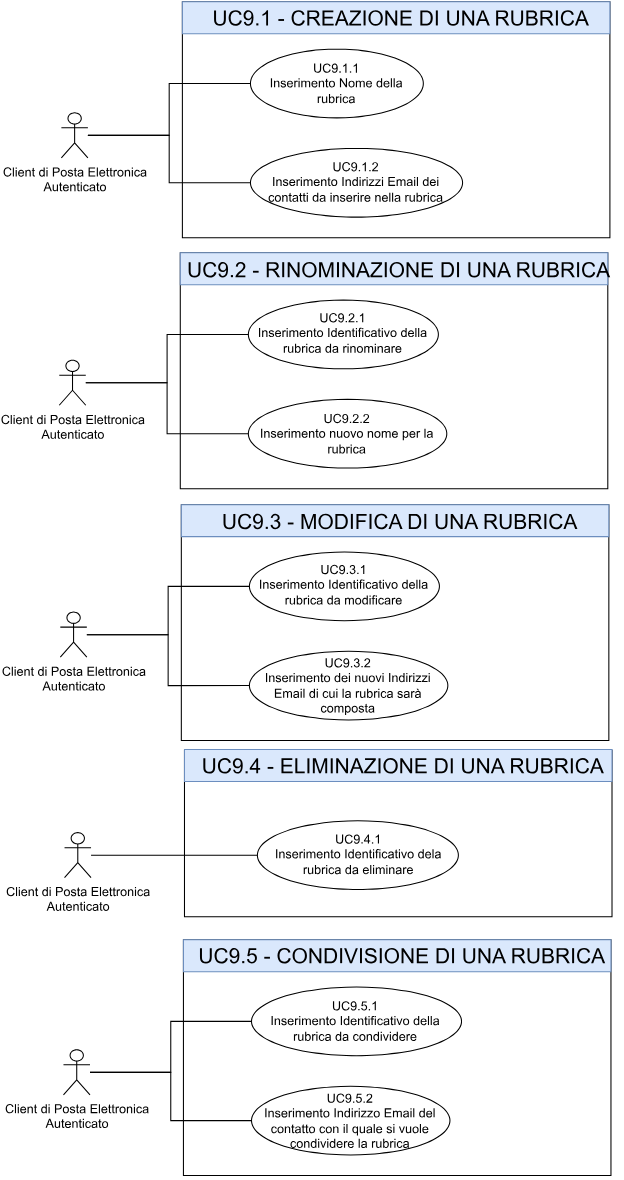
overture-unipd/docs keeps this draw.io diagram as imgs/use_cases/rubriche-2.svg. Above is the earlier version. Source tidied: cells renumbered, new cells last; positions are measured from the earlier drawing's top-left corner, leaving out a move shared by most shapes.
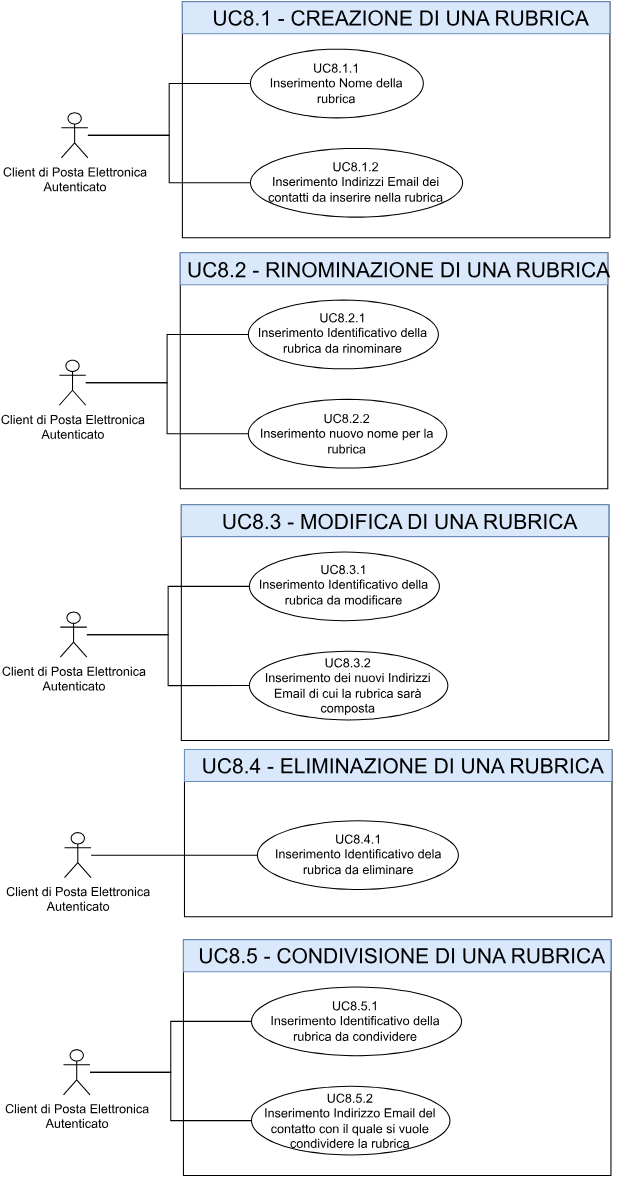
After the change.

The edit, as a diff of the source:
```diff
@@ -11,7 +11,7 @@
     <mxCell id="4" style="ellipse;whiteSpace=wrap;html=1;" parent="2" vertex="1">
       <mxGeometry x="182.3" y="45.1" width="164.8" height="65.5" as="geometry" />
     </mxCell>
-    <mxCell id="5" value="UC9.1.1&lt;br&gt;Inserimento Nome della rubrica" style="text;html=1;strokeColor=none;fillColor=none;align=center;verticalAlign=middle;whiteSpace=wrap;rounded=0;" parent="2" vertex="1">
+    <mxCell id="5" value="UC8.1.1&lt;br&gt;Inserimento Nome della rubrica" style="text;html=1;strokeColor=none;fillColor=none;align=center;verticalAlign=middle;whiteSpace=wrap;rounded=0;" parent="2" vertex="1">
       <mxGeometry x="182.3" y="59.7" width="164.8" height="36.4" as="geometry" />
     </mxCell>
     <mxCell id="6" style="group;" parent="2" vertex="1">
@@ -20,7 +20,7 @@
     <mxCell id="7" style="ellipse;whiteSpace=wrap;html=1;" parent="6" vertex="1">
       <mxGeometry width="202.2" height="65.5" as="geometry" />
     </mxCell>
-    <mxCell id="8" value="UC9.1.2&lt;br&gt;Inserimento Indirizzi Email dei contatti da inserire nella rubrica" style="text;html=1;strokeColor=none;fillColor=none;align=center;verticalAlign=middle;whiteSpace=wrap;rounded=0;" parent="6" vertex="1">
+    <mxCell id="8" value="UC8.1.2&lt;br&gt;Inserimento Indirizzi Email dei contatti da inserire nella rubrica" style="text;html=1;strokeColor=none;fillColor=none;align=center;verticalAlign=middle;whiteSpace=wrap;rounded=0;" parent="6" vertex="1">
       <mxGeometry y="14.6" width="202.2" height="36.4" as="geometry" />
     </mxCell>
     <mxCell id="9" style="group;" parent="2" vertex="1">
@@ -35,7 +35,7 @@
     <mxCell id="12" style="rounded=0;whiteSpace=wrap;html=1;fillColor=#dae8fc;strokeColor=#6c8ebf;" parent="2" vertex="1">
       <mxGeometry x="117.4" width="407.6" height="30.5" as="geometry" />
     </mxCell>
-    <mxCell id="13" value="&lt;font style=&quot;font-size: 20px;&quot;&gt;UC9.1 - CREAZIONE DI UNA RUBRICA&lt;/font&gt;" style="text;html=1;strokeColor=none;fillColor=none;align=center;verticalAlign=middle;whiteSpace=wrap;rounded=0;" parent="2" vertex="1">
+    <mxCell id="13" value="&lt;font style=&quot;font-size: 20px;&quot;&gt;UC8.1 - CREAZIONE DI UNA RUBRICA&lt;/font&gt;" style="text;html=1;strokeColor=none;fillColor=none;align=center;verticalAlign=middle;whiteSpace=wrap;rounded=0;" parent="2" vertex="1">
       <mxGeometry x="117.4" y="7.6" width="417.6" height="15.2" as="geometry" />
     </mxCell>
     <mxCell id="14" style="rounded=0;whiteSpace=wrap;html=1;" parent="2" vertex="1">
@@ -44,7 +44,7 @@
     <mxCell id="15" style="ellipse;whiteSpace=wrap;html=1;" parent="2" vertex="1">
       <mxGeometry x="181.3" y="524.5" width="181.2" height="65.5" as="geometry" />
     </mxCell>
-    <mxCell id="16" value="UC9.3.1&lt;br&gt;Inserimento Identificativo della rubrica da modificare" style="text;html=1;strokeColor=none;fillColor=none;align=center;verticalAlign=middle;whiteSpace=wrap;rounded=0;" parent="2" vertex="1">
+    <mxCell id="16" value="UC8.3.1&lt;br&gt;Inserimento Identificativo della rubrica da modificare" style="text;html=1;strokeColor=none;fillColor=none;align=center;verticalAlign=middle;whiteSpace=wrap;rounded=0;" parent="2" vertex="1">
       <mxGeometry x="188.9" y="538.2" width="164.8" height="36.4" as="geometry" />
     </mxCell>
     <mxCell id="17" style="group;" parent="2" vertex="1">
@@ -53,7 +53,7 @@
     <mxCell id="18" style="ellipse;whiteSpace=wrap;html=1;" parent="17" vertex="1">
       <mxGeometry width="189.2" height="65.5" as="geometry" />
     </mxCell>
-    <mxCell id="19" value="UC9.3.2&lt;br&gt;Inserimento dei nuovi Indirizzi Email di cui la rubrica sarà composta" style="text;html=1;strokeColor=none;fillColor=none;align=center;verticalAlign=middle;whiteSpace=wrap;rounded=0;" parent="17" vertex="1">
+    <mxCell id="19" value="UC8.3.2&lt;br&gt;Inserimento dei nuovi Indirizzi Email di cui la rubrica sarà composta" style="text;html=1;strokeColor=none;fillColor=none;align=center;verticalAlign=middle;whiteSpace=wrap;rounded=0;" parent="17" vertex="1">
       <mxGeometry y="14.6" width="189.2" height="36.4" as="geometry" />
     </mxCell>
     <mxCell id="20" style="group;" parent="2" vertex="1">
@@ -68,7 +68,7 @@
     <mxCell id="23" style="rounded=0;whiteSpace=wrap;html=1;fillColor=#dae8fc;strokeColor=#6c8ebf;" parent="2" vertex="1">
       <mxGeometry x="116.4" y="479.4" width="407.6" height="30.5" as="geometry" />
     </mxCell>
-    <mxCell id="24" value="&lt;font style=&quot;font-size: 20px;&quot;&gt;UC9.3 - MODIFICA DI UNA RUBRICA&lt;/font&gt;" style="text;html=1;strokeColor=none;fillColor=none;align=center;verticalAlign=middle;whiteSpace=wrap;rounded=0;" parent="2" vertex="1">
+    <mxCell id="24" value="&lt;font style=&quot;font-size: 20px;&quot;&gt;UC8.3 - MODIFICA DI UNA RUBRICA&lt;/font&gt;" style="text;html=1;strokeColor=none;fillColor=none;align=center;verticalAlign=middle;whiteSpace=wrap;rounded=0;" parent="2" vertex="1">
       <mxGeometry x="116.4" y="487" width="417.6" height="15.2" as="geometry" />
     </mxCell>
     <mxCell id="25" style="rounded=0;whiteSpace=wrap;html=1;" parent="2" vertex="1">
@@ -77,13 +77,13 @@
     <mxCell id="26" style="ellipse;whiteSpace=wrap;html=1;" parent="2" vertex="1">
       <mxGeometry x="188.9" y="780.8" width="191.6" height="65.5" as="geometry" />
     </mxCell>
-    <mxCell id="27" value="UC9.4.1&lt;br&gt;Inserimento Identificativo dela rubrica da eliminare" style="text;html=1;strokeColor=none;fillColor=none;align=center;verticalAlign=middle;whiteSpace=wrap;rounded=0;" parent="2" vertex="1">
+    <mxCell id="27" value="UC8.4.1&lt;br&gt;Inserimento Identificativo dela rubrica da eliminare" style="text;html=1;strokeColor=none;fillColor=none;align=center;verticalAlign=middle;whiteSpace=wrap;rounded=0;" parent="2" vertex="1">
       <mxGeometry x="202.9" y="794.5" width="164.8" height="36.4" as="geometry" />
     </mxCell>
     <mxCell id="28" style="rounded=0;whiteSpace=wrap;html=1;fillColor=#dae8fc;strokeColor=#6c8ebf;" parent="2" vertex="1">
       <mxGeometry x="119.4" y="712.8" width="407.6" height="30.5" as="geometry" />
     </mxCell>
-    <mxCell id="29" value="&lt;font style=&quot;font-size: 20px;&quot;&gt;UC9.4 - ELIMINAZIONE DI UNA RUBRICA&lt;/font&gt;" style="text;html=1;strokeColor=none;fillColor=none;align=center;verticalAlign=middle;whiteSpace=wrap;rounded=0;" parent="2" vertex="1">
+    <mxCell id="29" value="&lt;font style=&quot;font-size: 20px;&quot;&gt;UC8.4 - ELIMINAZIONE DI UNA RUBRICA&lt;/font&gt;" style="text;html=1;strokeColor=none;fillColor=none;align=center;verticalAlign=middle;whiteSpace=wrap;rounded=0;" parent="2" vertex="1">
       <mxGeometry x="119.4" y="720.4" width="417.6" height="15.2" as="geometry" />
     </mxCell>
     <mxCell id="30" style="edgeStyle=orthogonalEdgeStyle;rounded=0;jettySize=auto;html=1;entryX=0;entryY=0.5;entryDx=0;entryDy=0;endArrow=none;endFill=0;" parent="2" edge="1" source="31" target="26">
@@ -98,7 +98,7 @@
     <mxCell id="33" style="ellipse;whiteSpace=wrap;html=1;" parent="2" vertex="1">
       <mxGeometry x="183.3" y="939.2" width="200.2" height="65.5" as="geometry" />
     </mxCell>
-    <mxCell id="34" value="UC9.5.1&lt;br&gt;Inserimento Identificativo della rubrica da condividere" style="text;html=1;strokeColor=none;fillColor=none;align=center;verticalAlign=middle;whiteSpace=wrap;rounded=0;" parent="2" vertex="1">
+    <mxCell id="34" value="UC8.5.1&lt;br&gt;Inserimento Identificativo della rubrica da condividere" style="text;html=1;strokeColor=none;fillColor=none;align=center;verticalAlign=middle;whiteSpace=wrap;rounded=0;" parent="2" vertex="1">
       <mxGeometry x="199.9" y="953.8" width="164.8" height="36.4" as="geometry" />
     </mxCell>
     <mxCell id="35" style="group;" parent="2" vertex="1">
@@ -107,7 +107,7 @@
     <mxCell id="36" style="ellipse;whiteSpace=wrap;html=1;" parent="35" vertex="1">
       <mxGeometry width="189.2" height="65.5" as="geometry" />
     </mxCell>
-    <mxCell id="37" value="UC9.5.2&lt;br&gt;Inserimento Indirizzo Email del contatto con il quale si vuole condividere la rubrica" style="text;html=1;strokeColor=none;fillColor=none;align=center;verticalAlign=middle;whiteSpace=wrap;rounded=0;" parent="35" vertex="1">
+    <mxCell id="37" value="UC8.5.2&lt;br&gt;Inserimento Indirizzo Email del contatto con il quale si vuole condividere la rubrica" style="text;html=1;strokeColor=none;fillColor=none;align=center;verticalAlign=middle;whiteSpace=wrap;rounded=0;" parent="35" vertex="1">
       <mxGeometry y="14.6" width="189.2" height="36.4" as="geometry" />
     </mxCell>
     <mxCell id="38" style="group;" parent="2" vertex="1">
@@ -122,7 +122,7 @@
     <mxCell id="41" style="rounded=0;whiteSpace=wrap;html=1;fillColor=#dae8fc;strokeColor=#6c8ebf;" parent="2" vertex="1">
       <mxGeometry x="118.4" y="894.1" width="407.6" height="30.5" as="geometry" />
     </mxCell>
-    <mxCell id="42" value="&lt;font style=&quot;font-size: 20px;&quot;&gt;UC9.5 - CONDIVISIONE DI UNA RUBRICA&lt;/font&gt;" style="text;html=1;strokeColor=none;fillColor=none;align=center;verticalAlign=middle;whiteSpace=wrap;rounded=0;" parent="2" vertex="1">
+    <mxCell id="42" value="&lt;font style=&quot;font-size: 20px;&quot;&gt;UC8.5 - CONDIVISIONE DI UNA RUBRICA&lt;/font&gt;" style="text;html=1;strokeColor=none;fillColor=none;align=center;verticalAlign=middle;whiteSpace=wrap;rounded=0;" parent="2" vertex="1">
       <mxGeometry x="118.4" y="901.7" width="417.6" height="15.2" as="geometry" />
     </mxCell>
     <mxCell id="43" style="edgeStyle=orthogonalEdgeStyle;rounded=0;jettySize=auto;html=1;entryX=0;entryY=0.5;entryDx=0;entryDy=0;endArrow=none;endFill=0;" parent="2" edge="1" source="11" target="5">
@@ -149,7 +149,7 @@
     <mxCell id="50" style="ellipse;whiteSpace=wrap;html=1;" parent="2" vertex="1">
       <mxGeometry x="180.3" y="284.4" width="181.2" height="65.5" as="geometry" />
     </mxCell>
-    <mxCell id="51" value="UC9.2.1&lt;br&gt;Inserimento Identificativo della rubrica da rinominare" style="text;html=1;strokeColor=none;fillColor=none;align=center;verticalAlign=middle;whiteSpace=wrap;rounded=0;" parent="2" vertex="1">
+    <mxCell id="51" value="UC8.2.1&lt;br&gt;Inserimento Identificativo della rubrica da rinominare" style="text;html=1;strokeColor=none;fillColor=none;align=center;verticalAlign=middle;whiteSpace=wrap;rounded=0;" parent="2" vertex="1">
       <mxGeometry x="187.9" y="298" width="164.8" height="36.4" as="geometry" />
     </mxCell>
     <mxCell id="52" style="group;" parent="2" vertex="1">
@@ -158,7 +158,7 @@
     <mxCell id="53" style="ellipse;whiteSpace=wrap;html=1;" parent="52" vertex="1">
       <mxGeometry width="189.2" height="65.5" as="geometry" />
     </mxCell>
-    <mxCell id="54" value="UC9.2.2&lt;br&gt;Inserimento nuovo nome per la rubrica" style="text;html=1;strokeColor=none;fillColor=none;align=center;verticalAlign=middle;whiteSpace=wrap;rounded=0;" parent="52" vertex="1">
+    <mxCell id="54" value="UC8.2.2&lt;br&gt;Inserimento nuovo nome per la rubrica" style="text;html=1;strokeColor=none;fillColor=none;align=center;verticalAlign=middle;whiteSpace=wrap;rounded=0;" parent="52" vertex="1">
       <mxGeometry y="14.6" width="189.2" height="36.4" as="geometry" />
     </mxCell>
     <mxCell id="55" style="group;" parent="2" vertex="1">
@@ -173,7 +173,7 @@
     <mxCell id="58" style="rounded=0;whiteSpace=wrap;html=1;fillColor=#dae8fc;strokeColor=#6c8ebf;" parent="2" vertex="1">
       <mxGeometry x="115.4" y="239.3" width="407.6" height="30.5" as="geometry" />
     </mxCell>
-    <mxCell id="59" value="&lt;font style=&quot;font-size: 20px;&quot;&gt;UC9.2 - RINOMINAZIONE DI UNA RUBRICA&lt;/font&gt;" style="text;html=1;strokeColor=none;fillColor=none;align=center;verticalAlign=middle;whiteSpace=wrap;rounded=0;" parent="2" vertex="1">
+    <mxCell id="59" value="&lt;font style=&quot;font-size: 20px;&quot;&gt;UC8.2 - RINOMINAZIONE DI UNA RUBRICA&lt;/font&gt;" style="text;html=1;strokeColor=none;fillColor=none;align=center;verticalAlign=middle;whiteSpace=wrap;rounded=0;" parent="2" vertex="1">
       <mxGeometry x="115.4" y="246.9" width="417.6" height="15.2" as="geometry" />
     </mxCell>
     <mxCell id="60" style="edgeStyle=orthogonalEdgeStyle;rounded=0;jettySize=auto;html=1;entryX=0;entryY=0.5;entryDx=0;entryDy=0;endArrow=none;endFill=0;" parent="2" edge="1" source="57" target="50">
```
